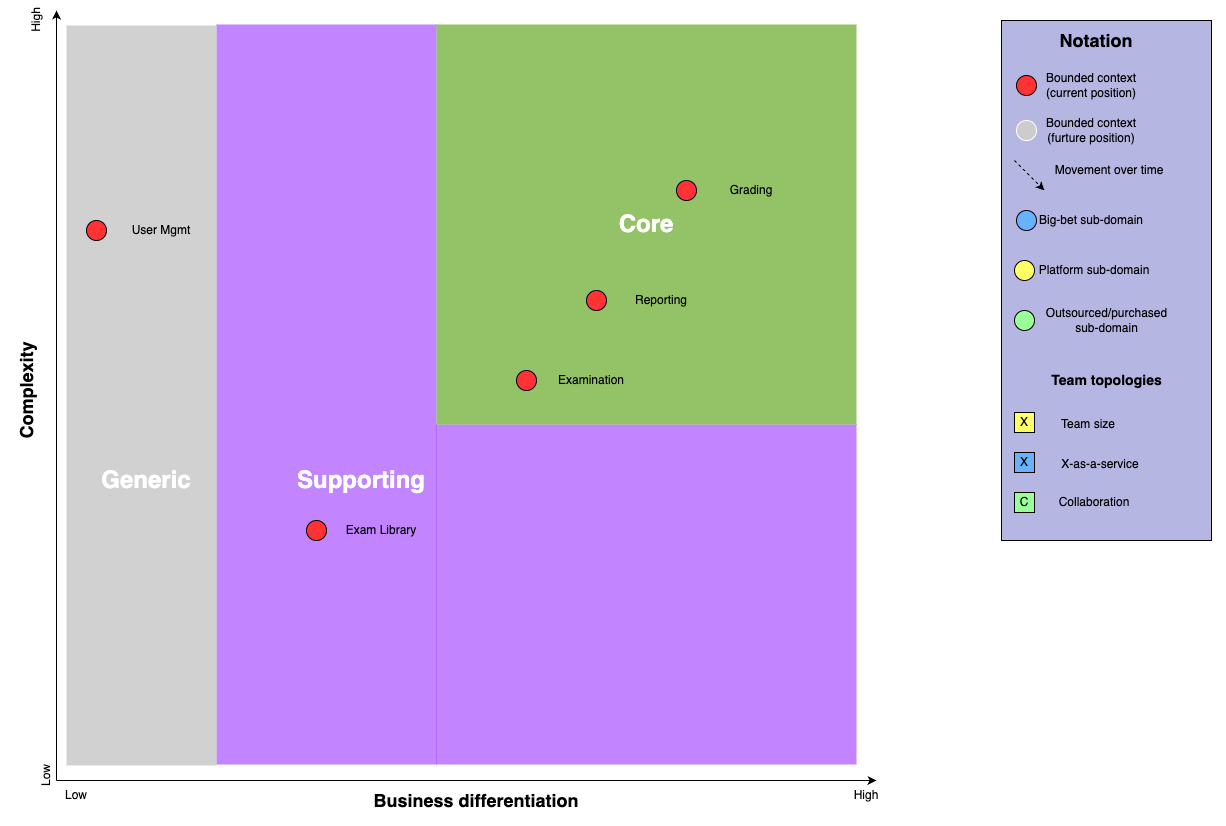
Earlier version of the draw.io export docs/docs/system/domain_modelling/_img/kata_core_domain_chart.drawio.png (cooperlutz/go-full). Source tidied: cells renumbered, new cells last; positions are measured from the earlier drawing's top-left corner, leaving out a move shared by most shapes. Source of this version:
```xml
<mxGraphModel>
  <root>
    <mxCell id="0" />
    <mxCell id="1" parent="0" />
    <mxCell id="2" style="group;" parent="1" vertex="1">
      <mxGeometry x="9.5" width="870.5" height="800" as="geometry" />
    </mxCell>
    <mxCell id="3" style="rounded=0;whiteSpace=wrap;html=1;fillColor=#9933FF;strokeColor=none;fillOpacity=60;" parent="2" vertex="1">
      <mxGeometry x="200.5" y="14" width="220" height="740" as="geometry" />
    </mxCell>
    <mxCell id="4" style="rounded=0;whiteSpace=wrap;html=1;fillColor=#9933FF;strokeColor=none;fillOpacity=60;" parent="2" vertex="1">
      <mxGeometry x="420" y="414" width="420.5" height="340" as="geometry" />
    </mxCell>
    <mxCell id="5" style="endArrow=classic;html=1;" parent="2" edge="1">
      <mxGeometry relative="1" as="geometry">
        <mxPoint x="40.5" y="770" as="sourcePoint" />
        <mxPoint x="40.5" as="targetPoint" />
      </mxGeometry>
    </mxCell>
    <mxCell id="6" value="&lt;h2&gt;Complexity&lt;/h2&gt;" style="text;html=1;strokeColor=none;fillColor=none;align=center;verticalAlign=middle;whiteSpace=wrap;rounded=0;rotation=-90;" parent="2" vertex="1">
      <mxGeometry x="-9.5" y="370" width="39" height="20" as="geometry" />
    </mxCell>
    <mxCell id="7" style="endArrow=classic;html=1;" parent="2" edge="1">
      <mxGeometry relative="1" as="geometry">
        <mxPoint x="40.5" y="770" as="sourcePoint" />
        <mxPoint x="860.5" y="770" as="targetPoint" />
      </mxGeometry>
    </mxCell>
    <mxCell id="8" value="&lt;h2&gt;Business differentiation&lt;/h2&gt;" style="text;html=1;strokeColor=none;fillColor=none;align=center;verticalAlign=middle;whiteSpace=wrap;rounded=0;" parent="2" vertex="1">
      <mxGeometry x="330.5" y="780" width="260" height="20" as="geometry" />
    </mxCell>
    <mxCell id="9" value="&lt;h1&gt;&lt;font color=&quot;#ffffff&quot;&gt;Core&lt;/font&gt;&lt;/h1&gt;" style="rounded=0;whiteSpace=wrap;html=1;fillColor=#4D9900;strokeColor=none;fillOpacity=60;" parent="2" vertex="1">
      <mxGeometry x="420.5" y="14" width="420" height="400" as="geometry" />
    </mxCell>
    <mxCell id="10" style="rounded=0;whiteSpace=wrap;html=1;fillColor=#B3B3B3;strokeColor=none;fillOpacity=60;" parent="2" vertex="1">
      <mxGeometry x="50.5" y="15" width="150" height="740" as="geometry" />
    </mxCell>
    <mxCell id="11" value="&lt;h1&gt;&lt;font color=&quot;#ffffff&quot;&gt;Supporting&lt;/font&gt;&lt;/h1&gt;" style="text;html=1;strokeColor=none;fillColor=none;align=center;verticalAlign=middle;whiteSpace=wrap;rounded=0;" parent="2" vertex="1">
      <mxGeometry x="325.5" y="460" width="40" height="20" as="geometry" />
    </mxCell>
    <mxCell id="12" value="&lt;h1&gt;&lt;font color=&quot;#ffffff&quot;&gt;Generic&lt;/font&gt;&lt;/h1&gt;" style="text;html=1;strokeColor=none;fillColor=none;align=center;verticalAlign=middle;whiteSpace=wrap;rounded=0;" parent="2" vertex="1">
      <mxGeometry x="110.5" y="460" width="40" height="20" as="geometry" />
    </mxCell>
    <mxCell id="13" value="Low" style="text;html=1;strokeColor=none;fillColor=none;align=center;verticalAlign=middle;whiteSpace=wrap;rounded=0;rotation=-90;" parent="2" vertex="1">
      <mxGeometry x="10.5" y="755" width="40" height="20" as="geometry" />
    </mxCell>
    <mxCell id="14" value="High" style="text;html=1;strokeColor=none;fillColor=none;align=center;verticalAlign=middle;whiteSpace=wrap;rounded=0;rotation=-90;" parent="2" vertex="1">
      <mxGeometry width="40" height="20" as="geometry" />
    </mxCell>
    <mxCell id="15" value="Low" style="text;html=1;strokeColor=none;fillColor=none;align=center;verticalAlign=middle;whiteSpace=wrap;rounded=0;" parent="2" vertex="1">
      <mxGeometry x="40" y="775" width="40" height="20" as="geometry" />
    </mxCell>
    <mxCell id="16" value="High" style="text;html=1;strokeColor=none;fillColor=none;align=center;verticalAlign=middle;whiteSpace=wrap;rounded=0;" parent="2" vertex="1">
      <mxGeometry x="830.5" y="775" width="40" height="20" as="geometry" />
    </mxCell>
    <mxCell id="17" style="rounded=0;whiteSpace=wrap;html=1;fillColor=#B6B6E3;" parent="1" vertex="1">
      <mxGeometry x="995" y="10" width="210" height="520" as="geometry" />
    </mxCell>
    <mxCell id="18" value="&lt;h2&gt;&lt;b&gt;Notation&lt;/b&gt;&lt;/h2&gt;" style="text;html=1;strokeColor=none;fillColor=none;align=center;verticalAlign=middle;whiteSpace=wrap;rounded=0;" parent="1" vertex="1">
      <mxGeometry x="1070" y="20" width="40" height="20" as="geometry" />
    </mxCell>
    <mxCell id="19" value="&lt;h3&gt;Team topologies&lt;/h3&gt;" style="text;html=1;strokeColor=none;fillColor=none;align=center;verticalAlign=middle;whiteSpace=wrap;rounded=0;" parent="1" vertex="1">
      <mxGeometry x="1037.5" y="360" width="125" height="20" as="geometry" />
    </mxCell>
    <mxCell id="20" value="bounded contexts" parent="0" />
    <mxCell id="21" style="group;" parent="20" vertex="1">
      <mxGeometry x="1010" y="65" width="210" height="570" as="geometry" />
    </mxCell>
    <mxCell id="22" style="group;" parent="21" vertex="1">
      <mxGeometry width="210" height="570" as="geometry" />
    </mxCell>
    <mxCell id="23" style="ellipse;whiteSpace=wrap;html=1;fillColor=#FF3333;" parent="22" vertex="1">
      <mxGeometry width="20" height="20" as="geometry" />
    </mxCell>
    <mxCell id="24" value="Bounded context&lt;br&gt;(current position)" style="text;html=1;strokeColor=none;fillColor=none;align=center;verticalAlign=middle;whiteSpace=wrap;rounded=0;" parent="22" vertex="1">
      <mxGeometry x="20" width="110" height="20" as="geometry" />
    </mxCell>
    <mxCell id="25" style="group;" parent="20" vertex="1">
      <mxGeometry x="1010" y="110" width="130" height="20" as="geometry" />
    </mxCell>
    <mxCell id="26" style="ellipse;whiteSpace=wrap;html=1;fillColor=#CCCCCC;strokeColor=#FFFFFF;" parent="25" vertex="1">
      <mxGeometry width="20" height="20" as="geometry" />
    </mxCell>
    <mxCell id="27" value="Bounded context&lt;br&gt;(furture position)" style="text;html=1;strokeColor=none;fillColor=none;align=center;verticalAlign=middle;whiteSpace=wrap;rounded=0;" parent="25" vertex="1">
      <mxGeometry x="20" width="110" height="20" as="geometry" />
    </mxCell>
    <mxCell id="28" style="group;" parent="20" vertex="1">
      <mxGeometry x="1008" y="150" width="160" height="30" as="geometry" />
    </mxCell>
    <mxCell id="29" style="endArrow=classic;html=1;dashed=1;" parent="28" edge="1">
      <mxGeometry relative="1" as="geometry">
        <mxPoint as="sourcePoint" />
        <mxPoint x="30" y="30" as="targetPoint" />
      </mxGeometry>
    </mxCell>
    <mxCell id="30" value="Movement over time" style="text;html=1;strokeColor=none;fillColor=none;align=center;verticalAlign=middle;whiteSpace=wrap;rounded=0;" parent="28" vertex="1">
      <mxGeometry x="30" width="130" height="20" as="geometry" />
    </mxCell>
    <mxCell id="31" style="group;" parent="20" vertex="1">
      <mxGeometry x="1010" y="200" width="130" height="20" as="geometry" />
    </mxCell>
    <mxCell id="32" style="group;" parent="31" vertex="1">
      <mxGeometry width="130" height="20" as="geometry" />
    </mxCell>
    <mxCell id="33" style="ellipse;whiteSpace=wrap;html=1;fillColor=#66B2FF;" parent="32" vertex="1">
      <mxGeometry width="20" height="20" as="geometry" />
    </mxCell>
    <mxCell id="34" value="Big-bet sub-domain" style="text;html=1;strokeColor=none;fillColor=none;align=center;verticalAlign=middle;whiteSpace=wrap;rounded=0;" parent="32" vertex="1">
      <mxGeometry x="20" width="110" height="20" as="geometry" />
    </mxCell>
    <mxCell id="35" style="group;" parent="20" vertex="1">
      <mxGeometry x="1008" y="250" width="140" height="20" as="geometry" />
    </mxCell>
    <mxCell id="36" style="group;" parent="35" vertex="1">
      <mxGeometry width="140" height="20" as="geometry" />
    </mxCell>
    <mxCell id="37" style="ellipse;whiteSpace=wrap;html=1;fillColor=#FFFF66;" parent="36" vertex="1">
      <mxGeometry width="20" height="20" as="geometry" />
    </mxCell>
    <mxCell id="38" value="Platform sub-domain" style="text;html=1;strokeColor=none;fillColor=none;align=center;verticalAlign=middle;whiteSpace=wrap;rounded=0;" parent="36" vertex="1">
      <mxGeometry x="20" width="120" height="20" as="geometry" />
    </mxCell>
    <mxCell id="39" style="group;" parent="20" vertex="1">
      <mxGeometry x="1008" y="300" width="160" height="20" as="geometry" />
    </mxCell>
    <mxCell id="40" style="group;" parent="39" vertex="1">
      <mxGeometry width="160" height="20" as="geometry" />
    </mxCell>
    <mxCell id="41" style="ellipse;whiteSpace=wrap;html=1;fillColor=#99FF99;" parent="40" vertex="1">
      <mxGeometry width="20" height="20" as="geometry" />
    </mxCell>
    <mxCell id="42" value="Outsourced/purchased sub-domain" style="text;html=1;strokeColor=none;fillColor=none;align=center;verticalAlign=middle;whiteSpace=wrap;rounded=0;" parent="40" vertex="1">
      <mxGeometry x="24.6" width="135.4" height="20" as="geometry" />
    </mxCell>
    <mxCell id="43" value="X" style="whiteSpace=wrap;html=1;fillColor=#FFFF66;" parent="20" vertex="1">
      <mxGeometry x="1008" y="402" width="20" height="20" as="geometry" />
    </mxCell>
    <mxCell id="44" value="X" style="whiteSpace=wrap;html=1;fillColor=#66B2FF;" parent="20" vertex="1">
      <mxGeometry x="1008" y="442" width="20" height="20" as="geometry" />
    </mxCell>
    <mxCell id="45" value="C" style="whiteSpace=wrap;html=1;fillColor=#99FF99;" parent="20" vertex="1">
      <mxGeometry x="1008" y="482" width="20" height="20" as="geometry" />
    </mxCell>
    <mxCell id="46" value="Team size" style="text;html=1;strokeColor=none;fillColor=none;align=center;verticalAlign=middle;whiteSpace=wrap;rounded=0;" parent="20" vertex="1">
      <mxGeometry x="1042" y="404" width="80" height="20" as="geometry" />
    </mxCell>
    <mxCell id="47" value="X-as-a-service" style="text;html=1;strokeColor=none;fillColor=none;align=center;verticalAlign=middle;whiteSpace=wrap;rounded=0;" parent="20" vertex="1">
      <mxGeometry x="1048" y="444" width="92" height="20" as="geometry" />
    </mxCell>
    <mxCell id="48" value="Collaboration" style="text;html=1;strokeColor=none;fillColor=none;align=center;verticalAlign=middle;whiteSpace=wrap;rounded=0;" parent="20" vertex="1">
      <mxGeometry x="1068" y="482" width="40" height="20" as="geometry" />
    </mxCell>
    <mxCell id="49" style="ellipse;whiteSpace=wrap;html=1;fillColor=#FF3333;" parent="20" vertex="1">
      <mxGeometry x="670" y="170" width="20" height="20" as="geometry" />
    </mxCell>
    <mxCell id="50" value="Grading" style="text;html=1;strokeColor=none;fillColor=none;align=center;verticalAlign=middle;whiteSpace=wrap;rounded=0;" parent="20" vertex="1">
      <mxGeometry x="690" y="170" width="110" height="20" as="geometry" />
    </mxCell>
    <mxCell id="51" style="ellipse;whiteSpace=wrap;html=1;fillColor=#FF3333;" parent="20" vertex="1">
      <mxGeometry x="510" y="360" width="20" height="20" as="geometry" />
    </mxCell>
    <mxCell id="52" value="Examination" style="text;html=1;strokeColor=none;fillColor=none;align=center;verticalAlign=middle;whiteSpace=wrap;rounded=0;" parent="20" vertex="1">
      <mxGeometry x="530" y="360" width="110" height="20" as="geometry" />
    </mxCell>
    <mxCell id="53" style="ellipse;whiteSpace=wrap;html=1;fillColor=#FF3333;" parent="20" vertex="1">
      <mxGeometry x="80" y="210" width="20" height="20" as="geometry" />
    </mxCell>
    <mxCell id="54" value="User Mgmt" style="text;html=1;strokeColor=none;fillColor=none;align=center;verticalAlign=middle;whiteSpace=wrap;rounded=0;" parent="20" vertex="1">
      <mxGeometry x="100" y="210" width="110" height="20" as="geometry" />
    </mxCell>
    <mxCell id="55" style="ellipse;whiteSpace=wrap;html=1;fillColor=#FF3333;" parent="20" vertex="1">
      <mxGeometry x="580" y="280" width="20" height="20" as="geometry" />
    </mxCell>
    <mxCell id="56" value="Reporting" style="text;html=1;strokeColor=none;fillColor=none;align=center;verticalAlign=middle;whiteSpace=wrap;rounded=0;" parent="20" vertex="1">
      <mxGeometry x="600" y="280" width="110" height="20" as="geometry" />
    </mxCell>
    <mxCell id="57" style="ellipse;whiteSpace=wrap;html=1;fillColor=#FF3333;" parent="20" vertex="1">
      <mxGeometry x="300" y="510" width="20" height="20" as="geometry" />
    </mxCell>
    <mxCell id="58" value="Exam Library" style="text;html=1;strokeColor=none;fillColor=none;align=center;verticalAlign=middle;whiteSpace=wrap;rounded=0;" parent="20" vertex="1">
      <mxGeometry x="320" y="510" width="110" height="20" as="geometry" />
    </mxCell>
  </root>
</mxGraphModel>
```
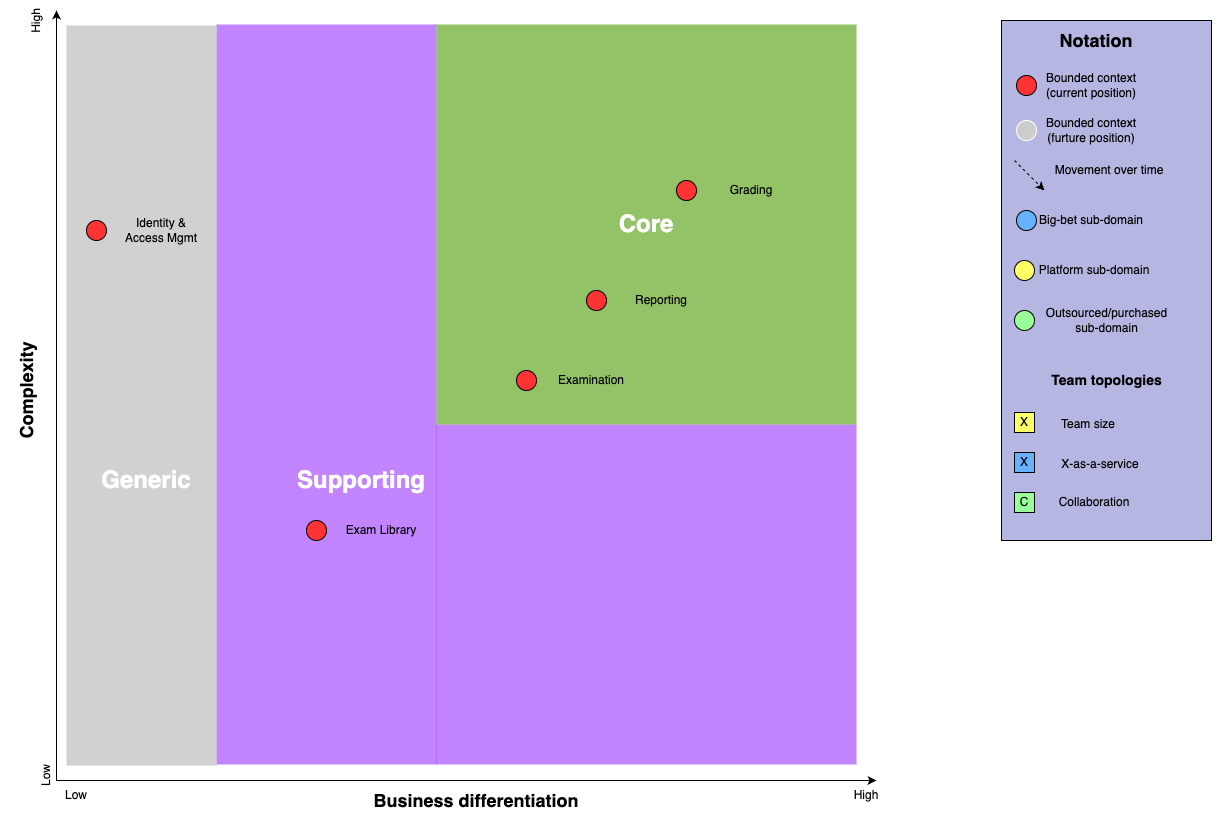
Later version of the same file.

Diff of the diagram source:
```diff
@@ -165,7 +165,7 @@
     <mxCell id="53" style="ellipse;whiteSpace=wrap;html=1;fillColor=#FF3333;" parent="20" vertex="1">
       <mxGeometry x="80" y="210" width="20" height="20" as="geometry" />
     </mxCell>
-    <mxCell id="54" value="User Mgmt" style="text;html=1;strokeColor=none;fillColor=none;align=center;verticalAlign=middle;whiteSpace=wrap;rounded=0;" parent="20" vertex="1">
+    <mxCell id="54" value="Identity &amp;amp;&lt;div&gt;Access Mgmt&lt;/div&gt;" style="text;html=1;strokeColor=none;fillColor=none;align=center;verticalAlign=middle;whiteSpace=wrap;rounded=0;" parent="20" vertex="1">
       <mxGeometry x="100" y="210" width="110" height="20" as="geometry" />
     </mxCell>
     <mxCell id="55" style="ellipse;whiteSpace=wrap;html=1;fillColor=#FF3333;" parent="20" vertex="1">
```
